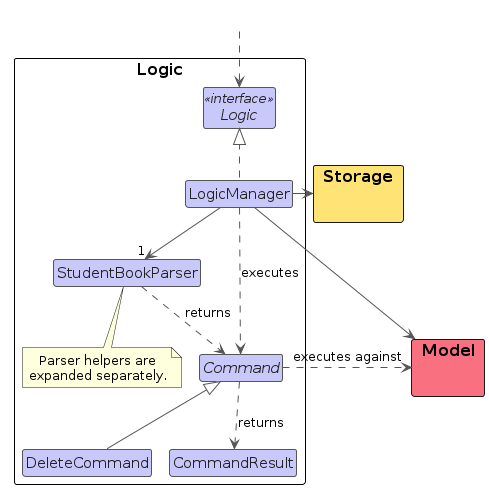
Above: diagrams/LogicClassDiagram.png in AY2627S1-CS2103T-T16-1/tp (PlantUML), before the change. Its source is kept beside it as diagrams/LogicClassDiagram.puml.
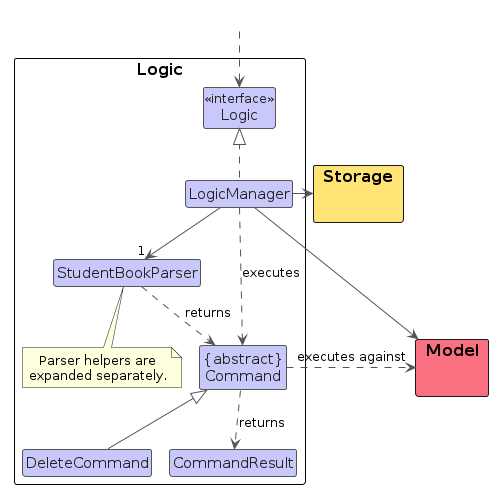
Later version of the same file.

The edit, as a diff of the source:
```diff
@@ -12,10 +12,10 @@
 skinparam ranksep 45
 
 package "Logic" as LogicComponent {
-interface Logic <<interface>>
+class Logic <<interface>>
 class LogicManager
 class StudentBookParser
-abstract class Command
+class "{abstract}\nCommand" as Command
 class DeleteCommand
 class CommandResult
 
```
